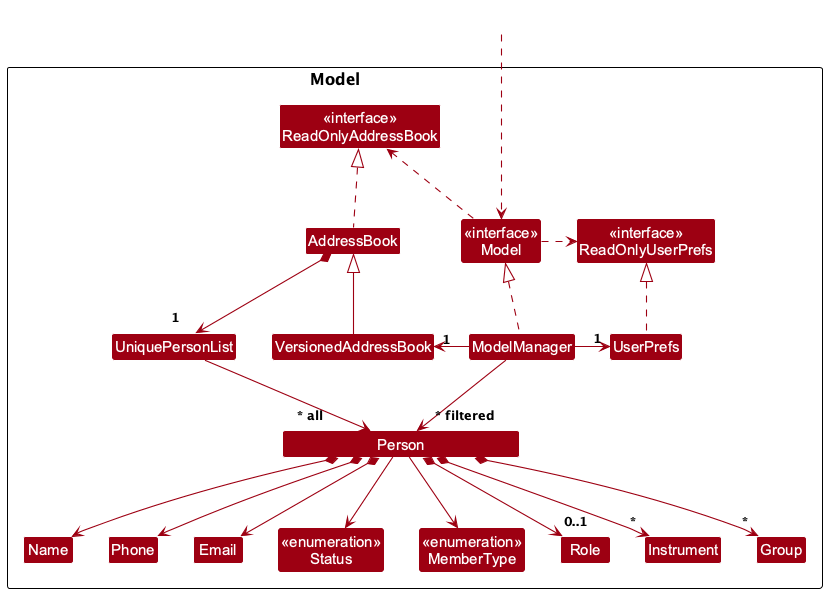
This is docs/images/ModelClassDiagram.png from liownahum/tp, a PlantUML export, as it was before one commit.
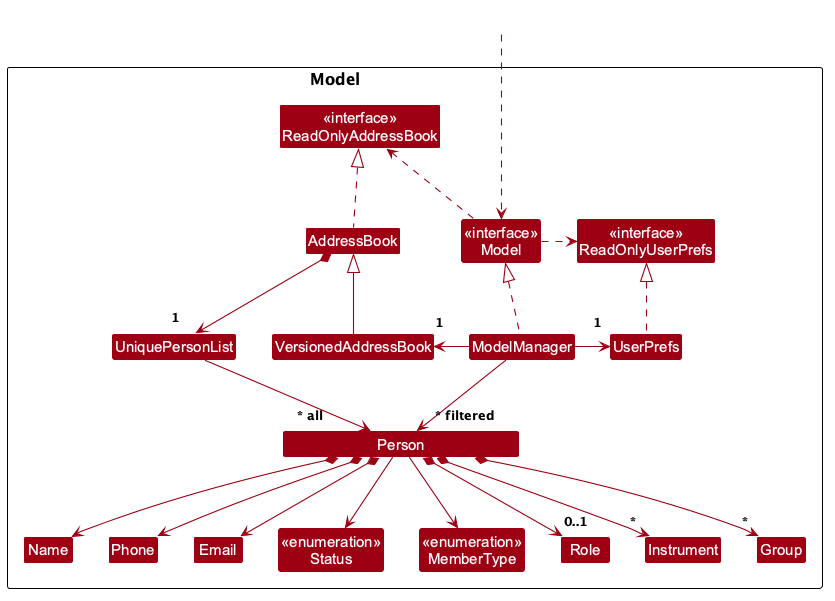
Later version of the same file.

Commit message:
DG: Offset ModelManager multiplicity labels

The edit, as a diff of the source:
```diff
@@ -36,9 +36,9 @@
 ModelManager .up.|> Model
 Model .right.> ReadOnlyUserPrefs
 Model .left.> ReadOnlyAddressBook
-ModelManager -left-> "1" VersionedAddressBook
+ModelManager -left-> "1    \n " VersionedAddressBook
 VersionedAddressBook -up-|> AddressBook
-ModelManager -right-> "1" UserPrefs
+ModelManager -right-> "    1\n " UserPrefs
 UserPrefs .up.|> ReadOnlyUserPrefs
 
 AddressBook *--> "1<U+00A0><U+00A0><U+00A0><U+00A0><U+00A0>" UniquePersonList
```
